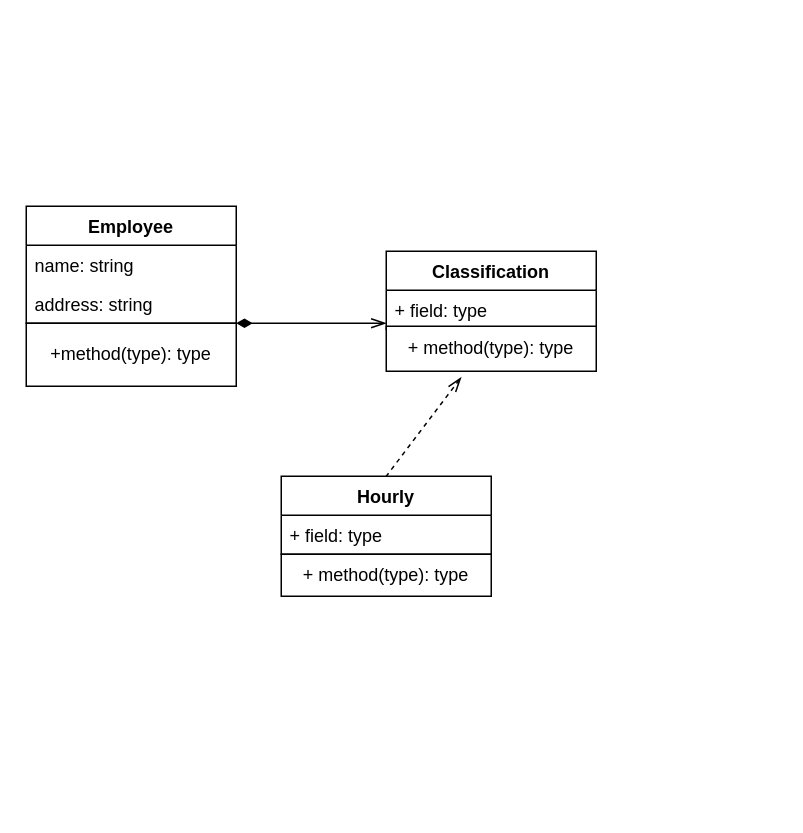
Above: Untitled Diagram.drawio in MrLinco1n/https-github.com-MrLinco1n-react-website-first (draw.io), before the change. Source tidied: cells renumbered, new cells numbered last; positions are measured from the earlier drawing's top-left corner, leaving out a move shared by most shapes. Both pictures are drawn from the tidied source at 150%, with x=0, y=0 at pixel (26, 206).
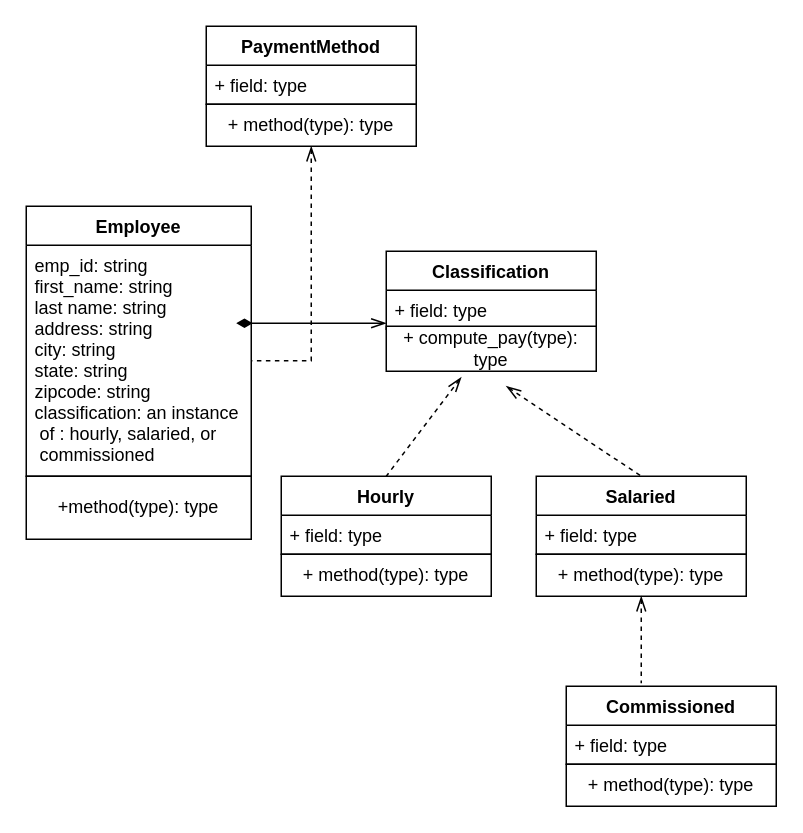
The same page after the edit.

Change to the diagram source:
```diff
@@
     <mxCell id="2" value="Employee" style="swimlane;fontStyle=1;horizontal=1;startSize=26;" parent="1" vertex="1">
-      <mxGeometry width="140" height="78" as="geometry" />
+      <mxGeometry width="150" height="180" as="geometry" />
     </mxCell>
-    <mxCell id="3" value="name: string" style="text;strokeColor=none;fillColor=none;align=left;verticalAlign=top;spacingLeft=4;spacingRight=4;overflow=hidden;points=[[0,0.5],[1,0.5]];portConstraint=eastwest;" parent="2" vertex="1">
-      <mxGeometry y="26" width="140" height="26" as="geometry" />
+    <mxCell id="3" value="emp_id: string&#10;first_name: string&#10;last name: string&#10;address: string&#10;city: string&#10;state: string&#10;zipcode: string&#10;classification: an instance&#10; of : hourly, salaried, or&#10; commissioned" style="text;strokeColor=none;fillColor=none;align=left;verticalAlign=top;spacingLeft=4;spacingRight=4;overflow=hidden;points=[[0,0.5],[1,0.5]];portConstraint=eastwest;" parent="2" vertex="1">
+      <mxGeometry y="26" width="150" height="154" as="geometry" />
     </mxCell>
-    <mxCell id="4" value="address: string" style="text;strokeColor=none;fillColor=none;align=left;verticalAlign=top;spacingLeft=4;spacingRight=4;overflow=hidden;" parent="2" vertex="1">
-      <mxGeometry y="52" width="140" height="26" as="geometry" />
-    </mxCell>
     <mxCell id="5" value="+method(type): type" style="rounded=0;whiteSpace=wrap;html=1;" parent="1" vertex="1">
-      <mxGeometry y="78" width="140" height="42" as="geometry" />
+      <mxGeometry y="180" width="150" height="42" as="geometry" />
     </mxCell>
@@
-    <mxCell id="12" value="&lt;span style=&quot;text-align: left&quot;&gt;+ method(type): type&lt;/span&gt;" style="rounded=0;whiteSpace=wrap;html=1;" parent="1" vertex="1">
+    <mxCell id="12" value="&lt;span style=&quot;text-align: left&quot;&gt;+ compute_pay(type): type&lt;/span&gt;" style="rounded=0;whiteSpace=wrap;html=1;" parent="1" vertex="1">
       <mxGeometry x="240" y="80" width="140" height="30" as="geometry" />
     </mxCell>
@@
+    <mxCell id="14" value="Salaried" style="swimlane;fontStyle=1;horizontal=1;startSize=26;" parent="1" vertex="1">
+      <mxGeometry x="340" y="180" width="140" height="52" as="geometry" />
+    </mxCell>
+    <mxCell id="15" value="+ field: type" style="text;strokeColor=none;fillColor=none;align=left;verticalAlign=top;spacingLeft=4;spacingRight=4;overflow=hidden;" parent="14" vertex="1">
+      <mxGeometry y="26" width="140" height="26" as="geometry" />
+    </mxCell>
+    <mxCell id="16" value="&lt;span style=&quot;text-align: left&quot;&gt;+ method(type): type&lt;/span&gt;" style="rounded=0;whiteSpace=wrap;html=1;" parent="1" vertex="1">
+      <mxGeometry x="340" y="232" width="140" height="28" as="geometry" />
+    </mxCell>
+    <mxCell id="17" value="PaymentMethod" style="swimlane;fontStyle=1;horizontal=1;startSize=26;" parent="1" vertex="1">
+      <mxGeometry x="120" y="-120" width="140" height="52" as="geometry" />
+    </mxCell>
+    <mxCell id="18" value="+ field: type" style="text;strokeColor=none;fillColor=none;align=left;verticalAlign=top;spacingLeft=4;spacingRight=4;overflow=hidden;" parent="17" vertex="1">
+      <mxGeometry y="26" width="140" height="26" as="geometry" />
+    </mxCell>
+    <mxCell id="19" style="edgeStyle=orthogonalEdgeStyle;rounded=0;jettySize=auto;html=1;entryX=1;entryY=0.5;entryDx=0;entryDy=0;dashed=1;startArrow=openThin;startFill=0;endArrow=none;endFill=0;startSize=8;endSize=8;" parent="1" edge="1" source="20" target="3">
+      <mxGeometry relative="1" as="geometry" />
+    </mxCell>
+    <mxCell id="20" value="&lt;span style=&quot;text-align: left&quot;&gt;+ method(type): type&lt;/span&gt;" style="rounded=0;whiteSpace=wrap;html=1;" parent="1" vertex="1">
+      <mxGeometry x="120" y="-68" width="140" height="28" as="geometry" />
+    </mxCell>
+    <mxCell id="21" style="endArrow=none;startArrow=openThin;html=1;endFill=0;startFill=0;endSize=8;startSize=8;dashed=1;entryX=0.5;entryY=0;entryDx=0;entryDy=0;" parent="1" edge="1" target="14">
+      <mxGeometry relative="1" as="geometry">
+        <mxPoint x="320" y="120" as="sourcePoint" />
+      </mxGeometry>
+    </mxCell>
+    <mxCell id="22" style="endArrow=none;startArrow=openThin;html=1;endFill=0;startFill=0;endSize=8;startSize=8;dashed=1;exitX=0.5;exitY=1;exitDx=0;exitDy=0;" parent="1" edge="1" source="16">
+      <mxGeometry relative="1" as="geometry">
+        <mxPoint x="410" y="318" as="targetPoint" />
+      </mxGeometry>
+    </mxCell>
+    <mxCell id="23" value="Commissioned" style="swimlane;fontStyle=1;horizontal=1;startSize=26;" parent="1" vertex="1">
+      <mxGeometry x="360" y="320" width="140" height="52" as="geometry" />
+    </mxCell>
+    <mxCell id="24" value="+ field: type" style="text;strokeColor=none;fillColor=none;align=left;verticalAlign=top;spacingLeft=4;spacingRight=4;overflow=hidden;" parent="23" vertex="1">
+      <mxGeometry y="26" width="140" height="26" as="geometry" />
+    </mxCell>
+    <mxCell id="25" value="&lt;span style=&quot;text-align: left&quot;&gt;+ method(type): type&lt;/span&gt;" style="rounded=0;whiteSpace=wrap;html=1;" parent="1" vertex="1">
+      <mxGeometry x="360" y="372" width="140" height="28" as="geometry" />
+    </mxCell>
```
